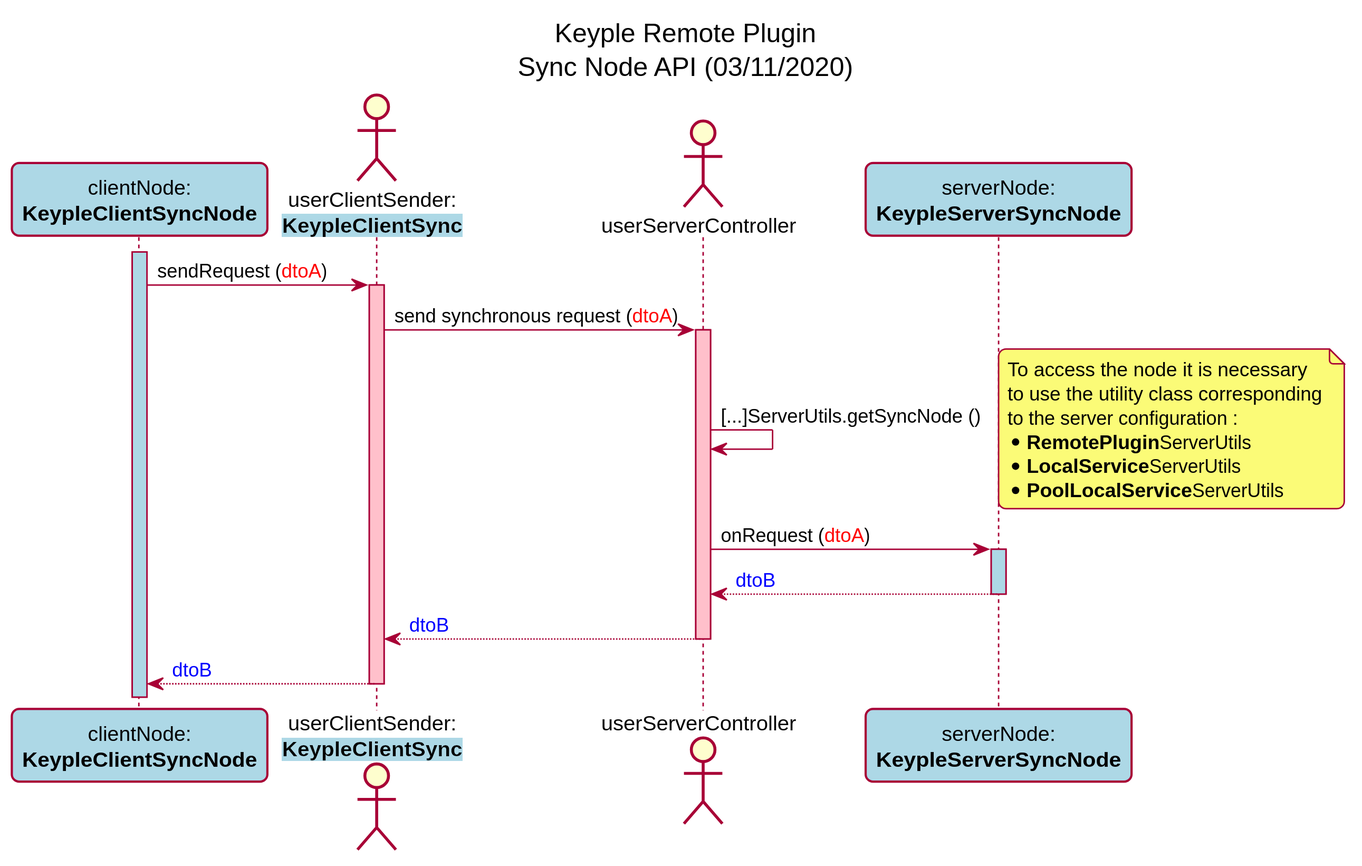
This is media/remote-plugin/sequence/Remote_Sequence_SyncNode_API.svg from yvonneyam/keyple-website, a PlantUML export, as it was before one commit.
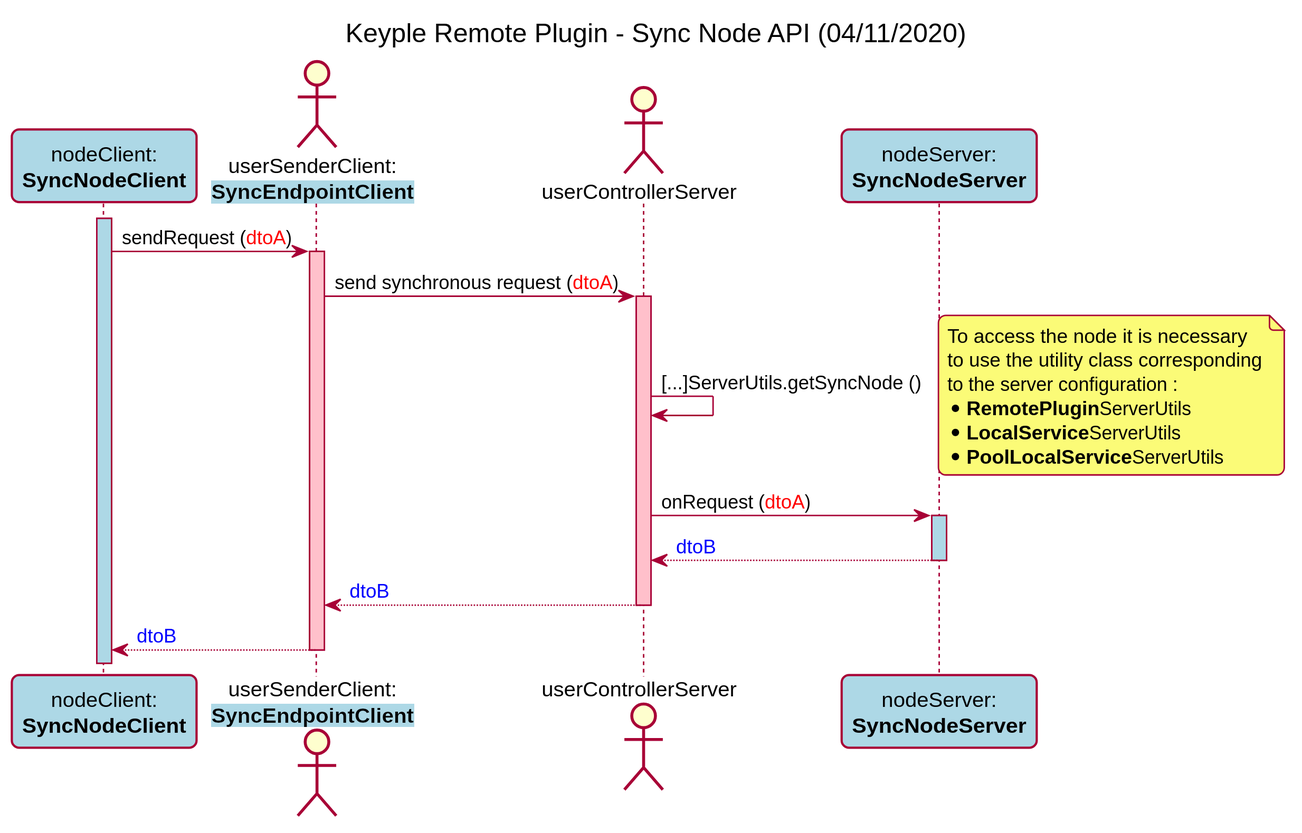
The same diagram one commit later.

Change to the diagram source:
```diff
@@ -1,8 +1,7 @@
 @startuml
 
 title
-    Keyple Remote Plugin
-    Sync Node API (03/11/2020)
+    Keyple Remote Plugin - Sync Node API (04/11/2020)
 end title
 
 
@@ -10,19 +9,19 @@
 skinparam RoundCorner 10
 
 
-participant "clientNode:\n**KeypleClientSyncNode**" as clientNode #LightBlue
-actor "userClientSender:\n**<back:LightBlue>KeypleClientSync**" as userClientSender
+participant "nodeClient:\n**SyncNodeClient**" as nodeClient #LightBlue
+actor "userSenderClient:\n**<back:LightBlue>SyncEndpointClient**" as userSenderClient
 
-actor "userServerController" as userServerController
-participant "serverNode:\n**KeypleServerSyncNode**" as serverNode #LightBlue
+actor "userControllerServer" as userControllerServer
+participant "nodeServer:\n**SyncNodeServer**" as nodeServer #LightBlue
 
-activate clientNode #LightBlue
-clientNode -> userClientSender : sendRequest (<color:red>dtoA</color>)
-activate userClientSender #Pink
-userClientSender -> userServerController : send synchronous request (<color:red>dtoA</color>)
+activate nodeClient #LightBlue
+nodeClient -> userSenderClient : sendRequest (<color:red>dtoA</color>)
+activate userSenderClient #Pink
+userSenderClient -> userControllerServer : send synchronous request (<color:red>dtoA</color>)
 
-activate userServerController #Pink
-userServerController -> userServerController : [...]ServerUtils.getSyncNode ()
+activate userControllerServer #Pink
+userControllerServer -> userControllerServer : [...]ServerUtils.getSyncNode ()
 note right
     To access the node it is necessary
     to use the utility class corresponding
@@ -31,8 +30,8 @@
     * **LocalService**ServerUtils
     * **PoolLocalService**ServerUtils
 end note
-userServerController -> serverNode : onRequest (<color:red>dtoA</color>)
-activate serverNode #LightBlue
+userControllerServer -> nodeServer : onRequest (<color:red>dtoA</color>)
+activate nodeServer #LightBlue
 return <color:blue>dtoB</color>
 return <color:blue>dtoB</color>
 return <color:blue>dtoB</color>
```
